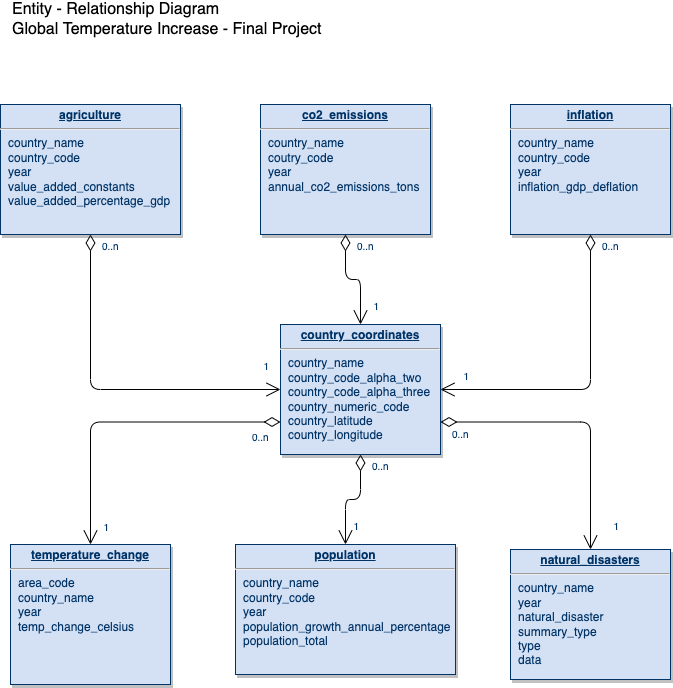
This is sql/final_project_erd.png from aramosg/final_project_global_warming, a draw.io export, as it was before one commit. Source tidied: cells renumbered, new cells last; positions are measured from the earlier drawing's top-left corner, leaving out a move shared by most shapes.
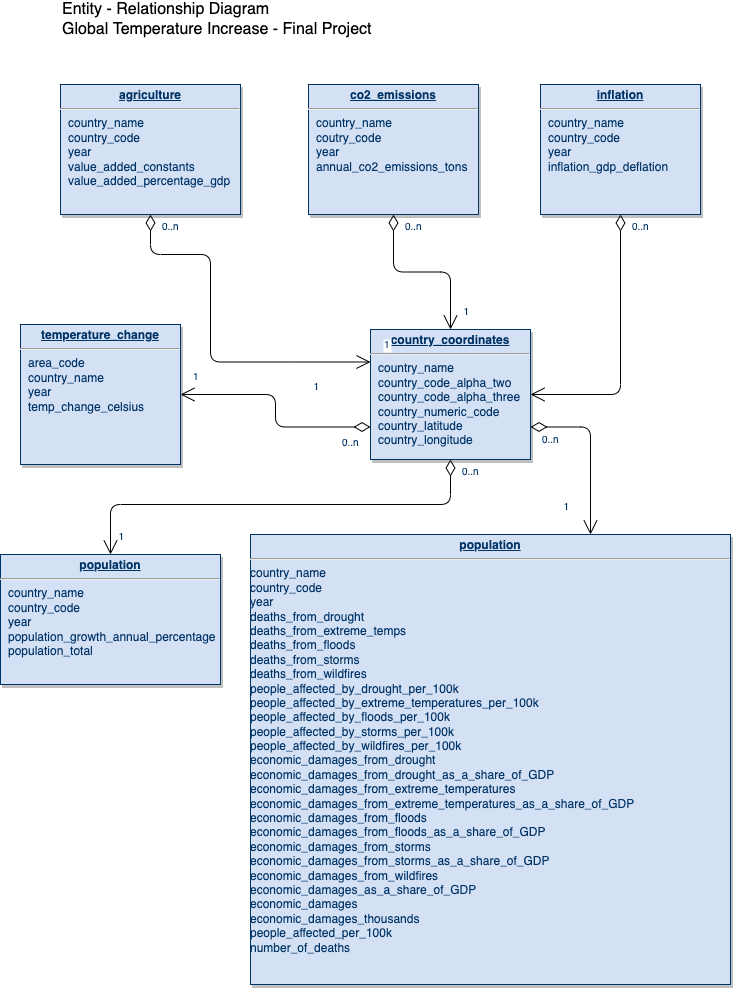
Later version of the same file.

Change to the diagram source:
```diff
@@ -3,39 +3,26 @@
     <mxCell id="0" />
     <mxCell id="1" parent="0" />
     <mxCell id="2" value="&lt;p style=&quot;margin: 0px; margin-top: 4px; text-align: center; text-decoration: underline;&quot;&gt;&lt;b&gt;country_coordinates&lt;/b&gt;&lt;/p&gt;&lt;hr&gt;&lt;p style=&quot;margin: 0px; margin-left: 8px;&quot;&gt;country_name&lt;/p&gt;&lt;p style=&quot;margin: 0px; margin-left: 8px;&quot;&gt;country_code_alpha_two&lt;/p&gt;&lt;p style=&quot;margin: 0px; margin-left: 8px;&quot;&gt;country_code_alpha_three&lt;/p&gt;&lt;p style=&quot;margin: 0px; margin-left: 8px;&quot;&gt;country_numeric_code&lt;/p&gt;&lt;p style=&quot;margin: 0px; margin-left: 8px;&quot;&gt;country_latitude&lt;/p&gt;&lt;p style=&quot;margin: 0px; margin-left: 8px;&quot;&gt;country_longitude&lt;/p&gt;" style="verticalAlign=top;align=left;overflow=fill;fontSize=12;fontFamily=Helvetica;html=1;strokeColor=#003366;shadow=1;fillColor=#D4E1F5;fontColor=#003366;" parent="1" vertex="1">
-      <mxGeometry x="280" y="320" width="160" height="130" as="geometry" />
+      <mxGeometry x="320" y="305" width="160" height="130" as="geometry" />
     </mxCell>
     <mxCell id="3" value="&lt;p style=&quot;margin: 0px; margin-top: 4px; text-align: center; text-decoration: underline;&quot;&gt;&lt;b&gt;co2_emissions&lt;/b&gt;&lt;/p&gt;&lt;hr&gt;&lt;p style=&quot;margin: 0px; margin-left: 8px;&quot;&gt;country_name&lt;/p&gt;&lt;p style=&quot;margin: 0px; margin-left: 8px;&quot;&gt;coutry_code&lt;/p&gt;&lt;p style=&quot;margin: 0px; margin-left: 8px;&quot;&gt;year&lt;/p&gt;&lt;p style=&quot;margin: 0px; margin-left: 8px;&quot;&gt;annual_co2_emissions_tons&lt;/p&gt;" style="verticalAlign=top;align=left;overflow=fill;fontSize=12;fontFamily=Helvetica;html=1;strokeColor=#003366;shadow=1;fillColor=#D4E1F5;fontColor=#003366;" parent="1" vertex="1">
-      <mxGeometry x="260" y="100" width="170" height="130" as="geometry" />
+      <mxGeometry x="258" y="60" width="170" height="130" as="geometry" />
     </mxCell>
     <mxCell id="4" value="&lt;p style=&quot;margin: 0px; margin-top: 4px; text-align: center; text-decoration: underline;&quot;&gt;&lt;b&gt;population&lt;/b&gt;&lt;/p&gt;&lt;hr&gt;&lt;p style=&quot;margin: 0px; margin-left: 8px;&quot;&gt;country_name&lt;br&gt;&lt;/p&gt;&lt;p style=&quot;margin: 0px; margin-left: 8px;&quot;&gt;country_code&lt;/p&gt;&lt;p style=&quot;margin: 0px; margin-left: 8px;&quot;&gt;year&lt;/p&gt;&lt;p style=&quot;margin: 0px; margin-left: 8px;&quot;&gt;population_growth_annual_percentage&lt;/p&gt;&lt;p style=&quot;margin: 0px; margin-left: 8px;&quot;&gt;population_total&lt;/p&gt;" style="verticalAlign=top;align=left;overflow=fill;fontSize=12;fontFamily=Helvetica;html=1;strokeColor=#003366;shadow=1;fillColor=#D4E1F5;fontColor=#003366;" parent="1" vertex="1">
-      <mxGeometry x="235" y="540" width="220" height="130" as="geometry" />
+      <mxGeometry x="-50" y="530" width="220" height="130" as="geometry" />
     </mxCell>
     <mxCell id="5" value="&lt;p style=&quot;margin: 0px; margin-top: 4px; text-align: center; text-decoration: underline;&quot;&gt;&lt;b&gt;agriculture&lt;/b&gt;&lt;/p&gt;&lt;hr&gt;&lt;p style=&quot;margin: 0px; margin-left: 8px;&quot;&gt;country_name&lt;/p&gt;&lt;p style=&quot;margin: 0px; margin-left: 8px;&quot;&gt;country_code&lt;br&gt;&lt;/p&gt;&lt;p style=&quot;margin: 0px; margin-left: 8px;&quot;&gt;year&lt;/p&gt;&lt;p style=&quot;margin: 0px; margin-left: 8px;&quot;&gt;value_added_constants&lt;/p&gt;&lt;p style=&quot;margin: 0px; margin-left: 8px;&quot;&gt;value_added_percentage_gdp&lt;/p&gt;" style="verticalAlign=top;align=left;overflow=fill;fontSize=12;fontFamily=Helvetica;html=1;strokeColor=#003366;shadow=1;fillColor=#D4E1F5;fontColor=#003366;" parent="1" vertex="1">
-      <mxGeometry y="100" width="180" height="130" as="geometry" />
+      <mxGeometry x="10" y="60" width="180" height="130" as="geometry" />
     </mxCell>
     <mxCell id="6" value="&lt;p style=&quot;margin: 0px; margin-top: 4px; text-align: center; text-decoration: underline;&quot;&gt;&lt;b&gt;inflation&lt;/b&gt;&lt;/p&gt;&lt;hr&gt;&lt;p style=&quot;margin: 0px; margin-left: 8px;&quot;&gt;country_name&lt;/p&gt;&lt;p style=&quot;margin: 0px; margin-left: 8px;&quot;&gt;country_code&lt;/p&gt;&lt;p style=&quot;margin: 0px; margin-left: 8px;&quot;&gt;year&lt;/p&gt;&lt;p style=&quot;margin: 0px; margin-left: 8px;&quot;&gt;inflation_gdp_deflation&lt;/p&gt;" style="verticalAlign=top;align=left;overflow=fill;fontSize=12;fontFamily=Helvetica;html=1;strokeColor=#003366;shadow=1;fillColor=#D4E1F5;fontColor=#003366;" parent="1" vertex="1">
-      <mxGeometry x="510" y="100" width="160" height="130" as="geometry" />
+      <mxGeometry x="490" y="60" width="160" height="130" as="geometry" />
     </mxCell>
-    <mxCell id="7" value="&lt;p style=&quot;margin: 0px; margin-top: 4px; text-align: center; text-decoration: underline;&quot;&gt;&lt;b&gt;natural_disasters&lt;/b&gt;&lt;/p&gt;&lt;hr&gt;&lt;p style=&quot;margin: 0px; margin-left: 8px;&quot;&gt;country_name&lt;/p&gt;&lt;p style=&quot;margin: 0px; margin-left: 8px;&quot;&gt;year&lt;/p&gt;&lt;p style=&quot;margin: 0px; margin-left: 8px;&quot;&gt;natural_disaster&lt;/p&gt;&lt;p style=&quot;margin: 0px; margin-left: 8px;&quot;&gt;summary_type&lt;/p&gt;&lt;p style=&quot;margin: 0px; margin-left: 8px;&quot;&gt;type&lt;/p&gt;&lt;p style=&quot;margin: 0px; margin-left: 8px;&quot;&gt;data&lt;/p&gt;" style="verticalAlign=top;align=left;overflow=fill;fontSize=12;fontFamily=Helvetica;html=1;strokeColor=#003366;shadow=1;fillColor=#D4E1F5;fontColor=#003366;" parent="1" vertex="1">
-      <mxGeometry x="510" y="545" width="160" height="130" as="geometry" />
+    <mxCell id="7" value="&lt;p style=&quot;text-decoration-line: underline; margin: 4px 0px 0px; text-align: center;&quot;&gt;&lt;b&gt;population&lt;/b&gt;&lt;/p&gt;&lt;hr&gt;country_name&lt;br&gt;country_code&lt;br&gt;year&lt;br&gt;deaths_from_drought&lt;br&gt;deaths_from_extreme_temps&lt;br&gt;deaths_from_floods&lt;br&gt;deaths_from_storms&lt;br&gt;deaths_from_wildfires&lt;br&gt;people_affected_by_drought_per_100k&lt;br&gt;people_affected_by_extreme_temperatures_per_100k&lt;br&gt;people_affected_by_floods_per_100k&lt;br&gt;people_affected_by_storms_per_100k&lt;br&gt;people_affected_by_wildfires_per_100k&lt;br&gt;economic_damages_from_drought&lt;br&gt;economic_damages_from_drought_as_a_share_of_GDP&lt;br&gt;economic_damages_from_extreme_temperatures&lt;br&gt;economic_damages_from_extreme_temperatures_as_a_share_of_GDP&lt;br&gt;economic_damages_from_floods&lt;br&gt;economic_damages_from_floods_as_a_share_of_GDP&lt;br&gt;economic_damages_from_storms&lt;br&gt;economic_damages_from_storms_as_a_share_of_GDP&lt;br&gt;economic_damages_from_wildfires&lt;br&gt;economic_damages_as_a_share_of_GDP&lt;br&gt;economic_damages&lt;br&gt;economic_damages_thousands&lt;br&gt;people_affected_per_100k&lt;br&gt;number_of_deaths" style="verticalAlign=top;align=left;overflow=fill;fontSize=12;fontFamily=Helvetica;html=1;strokeColor=#003366;shadow=1;fillColor=#D4E1F5;fontColor=#003366;spacingLeft=0;" parent="1" vertex="1">
+      <mxGeometry x="200" y="510" width="480" height="450" as="geometry" />
     </mxCell>
     <mxCell id="8" value="&lt;p style=&quot;margin: 0px; margin-top: 4px; text-align: center; text-decoration: underline;&quot;&gt;&lt;b&gt;temperature_change&lt;/b&gt;&lt;/p&gt;&lt;hr&gt;&lt;p style=&quot;margin: 0px; margin-left: 8px;&quot;&gt;&lt;span style=&quot;background-color: initial;&quot;&gt;area_code&lt;/span&gt;&lt;br&gt;&lt;/p&gt;&lt;p style=&quot;margin: 0px; margin-left: 8px;&quot;&gt;&lt;span style=&quot;background-color: initial;&quot;&gt;country_name&lt;/span&gt;&lt;/p&gt;&lt;p style=&quot;margin: 0px; margin-left: 8px;&quot;&gt;year&lt;/p&gt;&lt;p style=&quot;margin: 0px; margin-left: 8px;&quot;&gt;temp_change_celsius&lt;/p&gt;" style="verticalAlign=top;align=left;overflow=fill;fontSize=12;fontFamily=Helvetica;html=1;strokeColor=#003366;shadow=1;fillColor=#D4E1F5;fontColor=#003366;" parent="1" vertex="1">
-      <mxGeometry x="10" y="540" width="160" height="140" as="geometry" />
+      <mxGeometry x="-30" y="300" width="160" height="140" as="geometry" />
     </mxCell>
-    <mxCell id="9" style="endArrow=open;endSize=12;startArrow=diamondThin;startSize=14;startFill=0;edgeStyle=orthogonalEdgeStyle;entryX=0;entryY=0.5;entryDx=0;entryDy=0;exitX=0.5;exitY=1;exitDx=0;exitDy=0;" parent="1" edge="1" source="5" target="2">
-      <mxGeometry x="-180" y="278.4" as="geometry" />
-    </mxCell>
-    <mxCell id="10" value="0..n" style="align=left;verticalAlign=top;labelBackgroundColor=#ffffff;fontSize=10;strokeColor=#003366;shadow=1;fillColor=#D4E1F5;fontColor=#003366;" parent="9" vertex="1">
-      <mxGeometry x="-1" relative="1" as="geometry">
-        <mxPoint x="10" as="offset" />
-      </mxGeometry>
-    </mxCell>
-    <mxCell id="11" value="1" style="align=right;verticalAlign=top;labelBackgroundColor=#ffffff;fontSize=10;strokeColor=#003366;shadow=1;fillColor=#D4E1F5;fontColor=#003366;" parent="9" vertex="1">
-      <mxGeometry x="1" relative="1" as="geometry">
-        <mxPoint x="190" y="-25" as="offset" />
-      </mxGeometry>
-    </mxCell>
     <mxCell id="12" value="1" style="align=right;verticalAlign=top;labelBackgroundColor=#ffffff;fontSize=10;strokeColor=#003366;shadow=1;fillColor=#D4E1F5;fontColor=#003366;" parent="1" vertex="1">
       <mxGeometry x="270" y="350" as="geometry" />
     </mxCell>
@@ -60,11 +47,6 @@
         <mxPoint x="10" as="offset" />
       </mxGeometry>
     </mxCell>
-    <mxCell id="18" value="1" style="align=right;verticalAlign=top;labelBackgroundColor=#ffffff;fontSize=10;strokeColor=#003366;shadow=1;fillColor=#D4E1F5;fontColor=#003366;" parent="16" vertex="1">
-      <mxGeometry x="1" relative="1" as="geometry">
-        <mxPoint x="180" y="125" as="offset" />
-      </mxGeometry>
-    </mxCell>
     <mxCell id="19" style="endArrow=open;endSize=12;startArrow=diamondThin;startSize=14;startFill=0;edgeStyle=orthogonalEdgeStyle;exitX=0;exitY=0.75;exitDx=0;exitDy=0;" parent="1" edge="1" source="2" target="8">
       <mxGeometry x="-170" y="528.4" as="geometry" />
     </mxCell>
@@ -79,7 +61,12 @@
       </mxGeometry>
     </mxCell>
     <mxCell id="22" style="endArrow=open;endSize=12;startArrow=diamondThin;startSize=14;startFill=0;edgeStyle=orthogonalEdgeStyle;entryX=0.5;entryY=0;entryDx=0;entryDy=0;exitX=0.5;exitY=1;exitDx=0;exitDy=0;" parent="1" edge="1" source="2" target="4">
-      <mxGeometry x="40" y="548.4" as="geometry" />
+      <mxGeometry x="40" y="548.4" as="geometry">
+        <Array as="points">
+          <mxPoint x="400" y="480" />
+          <mxPoint x="60" y="480" />
+        </Array>
+      </mxGeometry>
     </mxCell>
     <mxCell id="23" value="0..n" style="align=left;verticalAlign=top;labelBackgroundColor=#ffffff;fontSize=10;strokeColor=#003366;shadow=1;fillColor=#D4E1F5;fontColor=#003366;" parent="22" vertex="1">
       <mxGeometry x="-1" relative="1" as="geometry">
@@ -92,7 +79,11 @@
       </mxGeometry>
     </mxCell>
     <mxCell id="25" style="endArrow=open;endSize=12;startArrow=diamondThin;startSize=14;startFill=0;edgeStyle=orthogonalEdgeStyle;exitX=1;exitY=0.75;exitDx=0;exitDy=0;" parent="1" edge="1" source="2" target="7">
-      <mxGeometry x="210" y="528.4" as="geometry" />
+      <mxGeometry x="210" y="528.4" as="geometry">
+        <Array as="points">
+          <mxPoint x="540" y="403" />
+        </Array>
+      </mxGeometry>
     </mxCell>
     <mxCell id="26" value="0..n" style="align=left;verticalAlign=top;labelBackgroundColor=#ffffff;fontSize=10;strokeColor=#003366;shadow=1;fillColor=#D4E1F5;fontColor=#003366;" parent="25" vertex="1">
       <mxGeometry x="-1" relative="1" as="geometry">
@@ -100,7 +91,29 @@
       </mxGeometry>
     </mxCell>
     <mxCell id="27" value="Entity - Relationship Diagram&lt;br&gt;Global Temperature Increase - Final Project" style="text;html=1;strokeColor=none;fillColor=none;align=left;verticalAlign=middle;whiteSpace=wrap;rounded=0;fontSize=16;" parent="1" vertex="1">
-      <mxGeometry x="10" width="320" height="30" as="geometry" />
+      <mxGeometry x="10" y="-20" width="320" height="30" as="geometry" />
     </mxCell>
+    <mxCell id="28" value="1" style="align=right;verticalAlign=top;labelBackgroundColor=#ffffff;fontSize=10;strokeColor=#003366;shadow=1;fillColor=#D4E1F5;fontColor=#003366;" parent="1" vertex="1">
+      <mxGeometry x="520" y="470" as="geometry" />
+    </mxCell>
+    <mxCell id="9" style="endArrow=open;endSize=12;startArrow=diamondThin;startSize=14;startFill=0;edgeStyle=orthogonalEdgeStyle;entryX=0;entryY=0.25;entryDx=0;entryDy=0;exitX=0.5;exitY=1;exitDx=0;exitDy=0;" parent="1" edge="1" source="5" target="2">
+      <mxGeometry x="55" y="398.4" as="geometry">
+        <Array as="points">
+          <mxPoint x="100" y="230" />
+          <mxPoint x="160" y="230" />
+          <mxPoint x="160" y="338" />
+        </Array>
+      </mxGeometry>
+    </mxCell>
+    <mxCell id="10" value="0..n" style="align=left;verticalAlign=top;labelBackgroundColor=#ffffff;fontSize=10;strokeColor=#003366;shadow=1;fillColor=#D4E1F5;fontColor=#003366;" parent="9" vertex="1">
+      <mxGeometry x="-1" relative="1" as="geometry">
+        <mxPoint x="10" as="offset" />
+      </mxGeometry>
+    </mxCell>
+    <mxCell id="29" value="1" style="align=right;verticalAlign=top;labelBackgroundColor=#ffffff;fontSize=10;strokeColor=#003366;shadow=1;fillColor=#D4E1F5;fontColor=#003366;" parent="9" vertex="1">
+      <mxGeometry x="1" relative="1" as="geometry">
+        <mxPoint x="20" y="-30" as="offset" />
+      </mxGeometry>
+    </mxCell>
   </root>
 </mxGraphModel>
```
